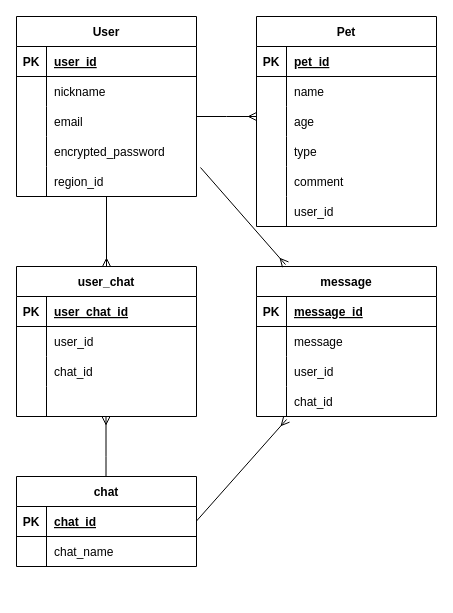
n-ira-if/BDT keeps this draw.io diagram as ER.dio. Above is the earlier version. Source tidied: cells renumbered, new cells numbered last; positions are measured from the earlier drawing's top-left corner, leaving out a move shared by most shapes. Both pictures are drawn from the tidied source at 100%, with x=0, y=0 at pixel (16, 16).
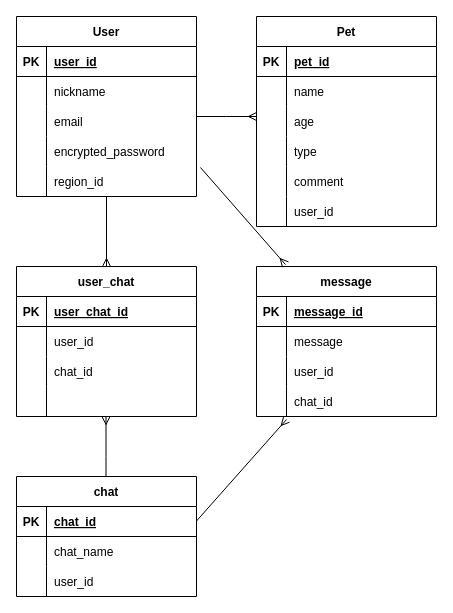
The same page after the edit.

Diff of the diagram source:
```diff
@@
     <mxCell id="37" value="chat" style="shape=table;startSize=30;childLayout=tableLayout;rowLines=0;fontStyle=1;align=center;" parent="1" vertex="1">
-      <mxGeometry y="460" width="180" height="90" as="geometry" />
+      <mxGeometry y="460" width="180" height="120" as="geometry" />
     </mxCell>
@@
+    <mxCell id="75" style="shape=tableRow;horizontal=0;startSize=0;swimlaneHead=0;swimlaneBody=0;fillColor=none;top=0;left=0;right=0;bottom=0;" parent="37" vertex="1">
+      <mxGeometry y="90" width="180" height="30" as="geometry" />
+    </mxCell>
+    <mxCell id="76" style="shape=partialRectangle;fillColor=none;top=0;left=0;bottom=0;right=0;overflow=hidden;" parent="75" vertex="1">
+      <mxGeometry width="30" height="30" as="geometry" />
+    </mxCell>
+    <mxCell id="77" value="user_id" style="shape=partialRectangle;fillColor=none;top=0;left=0;bottom=0;right=0;align=left;spacingLeft=6;overflow=hidden;" parent="75" vertex="1">
+      <mxGeometry x="30" width="150" height="30" as="geometry" />
+    </mxCell>
```
